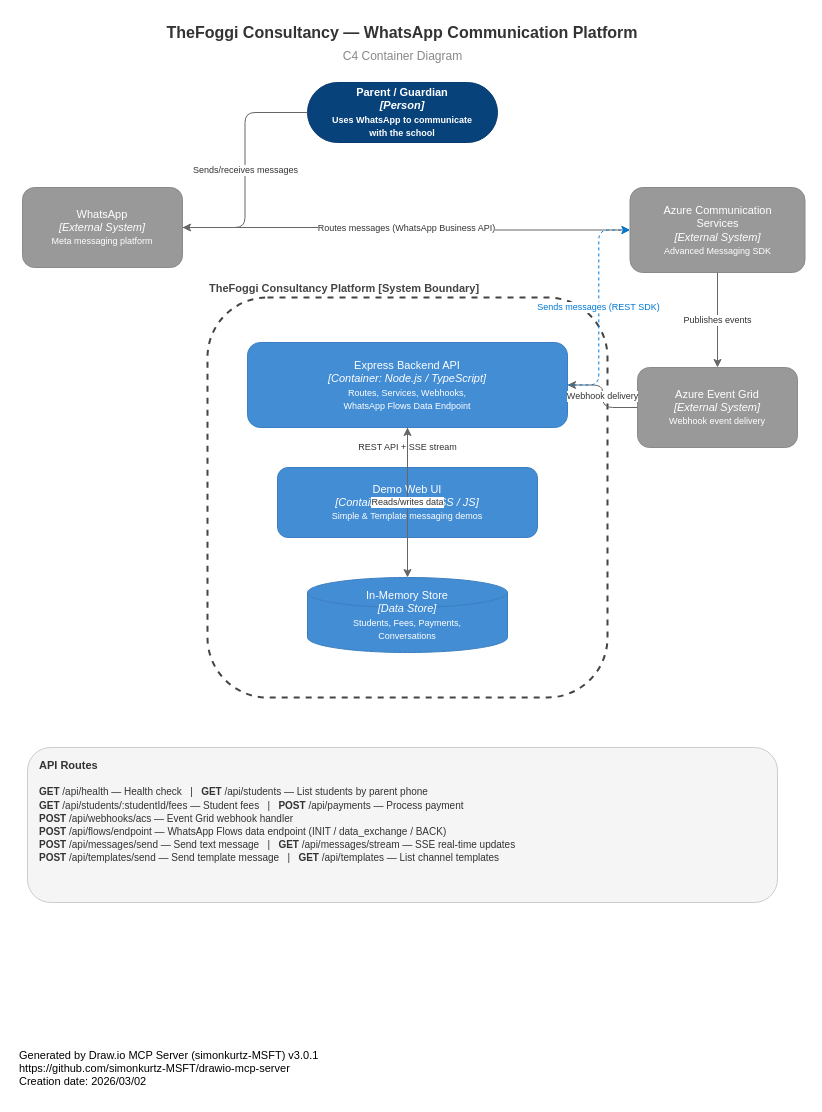
deividfoggi/acs-whatsapp-demos keeps this draw.io diagram as architecture-c4.drawio. Above is the earlier version. Source tidied: cells renumbered, new cells numbered last; positions are measured from the earlier drawing's top-left corner, leaving out a move shared by most shapes. Both pictures are drawn from the tidied source at 100%, with x=0, y=0 at pixel (17, 17).
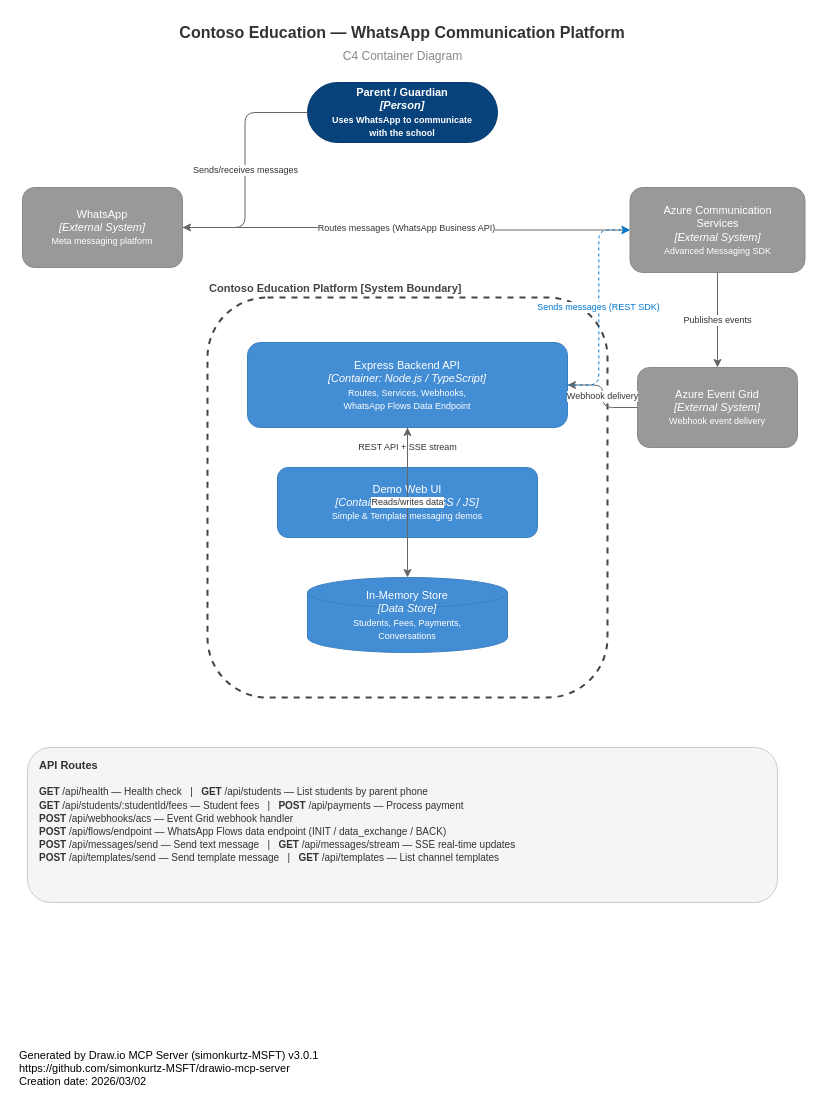
After the change.

Commit message (it also covers changes not shown here):
Refactor project to rebrand from "The Foggi Consultancy" to "Contoso Education"

Diff of the diagram source:
```diff
@@
-    <mxCell id="6" value="TheFoggi Consultancy — WhatsApp Communication Platform" style="text;fontSize=16;fontStyle=1;fillColor=none;strokeColor=none;fontColor=#333333;align=center;verticalAlign=middle;html=1;whiteSpace=wrap;" parent="1" vertex="1">
+    <mxCell id="6" value="Contoso Education — WhatsApp Communication Platform" style="text;fontSize=16;fontStyle=1;fillColor=none;strokeColor=none;fontColor=#333333;align=center;verticalAlign=middle;html=1;whiteSpace=wrap;" parent="1" vertex="1">
       <mxGeometry x="60" width="650" height="30" as="geometry" />
     </mxCell>
@@
-    <mxCell id="9" value="TheFoggi Consultancy Platform [System Boundary]" style="text;fontSize=11;fontStyle=1;fontColor=#444444;fillColor=none;strokeColor=none;verticalAlign=bottom;html=1;align=left;" parent="1" vertex="1">
+    <mxCell id="9" value="Contoso Education Platform [System Boundary]" style="text;fontSize=11;fontStyle=1;fontColor=#444444;fillColor=none;strokeColor=none;verticalAlign=bottom;html=1;align=left;" parent="1" vertex="1">
       <mxGeometry x="190" y="258" width="380" height="22" as="geometry" />
     </mxCell>
```
